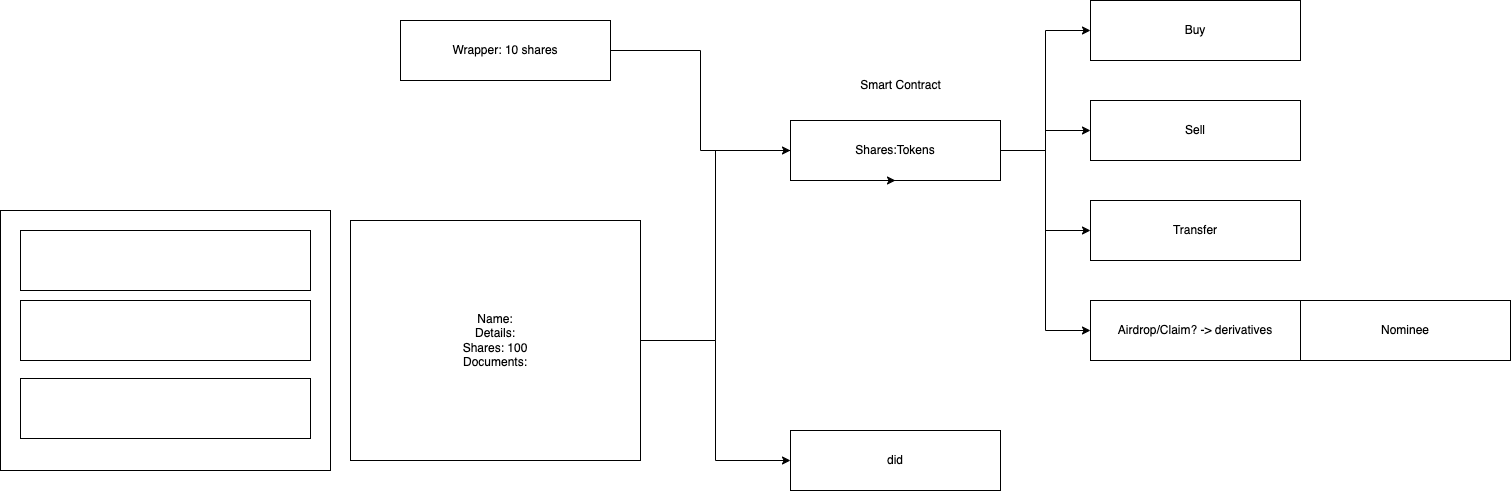
The draw.io diagram chainvest.drawio.png in PriyathamVarma/chainvest, before a commit. Source tidied: cells renumbered, new cells last; positions are measured from the earlier drawing's top-left corner, leaving out a move shared by most shapes. The source it was exported from:
```xml
<mxGraphModel>
  <root>
    <mxCell id="0" />
    <mxCell id="1" parent="0" />
    <mxCell id="2" style="whiteSpace=wrap;html=1;" parent="1" vertex="1">
      <mxGeometry y="210" width="330" height="260" as="geometry" />
    </mxCell>
    <mxCell id="3" style="whiteSpace=wrap;html=1;" parent="1" vertex="1">
      <mxGeometry x="20" y="230" width="290" height="60" as="geometry" />
    </mxCell>
    <mxCell id="4" style="whiteSpace=wrap;html=1;" parent="1" vertex="1">
      <mxGeometry x="20" y="300" width="290" height="60" as="geometry" />
    </mxCell>
    <mxCell id="5" style="whiteSpace=wrap;html=1;" parent="1" vertex="1">
      <mxGeometry x="20" y="378" width="290" height="60" as="geometry" />
    </mxCell>
    <mxCell id="6" style="edgeStyle=orthogonalEdgeStyle;rounded=0;jettySize=auto;html=1;entryX=0;entryY=0.5;entryDx=0;entryDy=0;" parent="1" edge="1" source="8" target="13">
      <mxGeometry relative="1" as="geometry" />
    </mxCell>
    <mxCell id="7" style="edgeStyle=orthogonalEdgeStyle;rounded=0;jettySize=auto;html=1;entryX=0;entryY=0.5;entryDx=0;entryDy=0;" parent="1" edge="1" source="8" target="19">
      <mxGeometry relative="1" as="geometry" />
    </mxCell>
    <mxCell id="8" value="Name:&lt;br&gt;Details:&lt;br&gt;Shares: 100&lt;br&gt;Documents:" style="whiteSpace=wrap;html=1;" parent="1" vertex="1">
      <mxGeometry x="350" y="220" width="290" height="240" as="geometry" />
    </mxCell>
    <mxCell id="9" style="edgeStyle=orthogonalEdgeStyle;rounded=0;jettySize=auto;html=1;entryX=0;entryY=0.5;entryDx=0;entryDy=0;" parent="1" edge="1" source="13" target="14">
      <mxGeometry relative="1" as="geometry" />
    </mxCell>
    <mxCell id="10" style="edgeStyle=orthogonalEdgeStyle;rounded=0;jettySize=auto;html=1;entryX=0;entryY=0.5;entryDx=0;entryDy=0;" parent="1" edge="1" source="13" target="15">
      <mxGeometry relative="1" as="geometry" />
    </mxCell>
    <mxCell id="11" style="edgeStyle=orthogonalEdgeStyle;rounded=0;jettySize=auto;html=1;entryX=0;entryY=0.5;entryDx=0;entryDy=0;" parent="1" edge="1" source="13" target="16">
      <mxGeometry relative="1" as="geometry" />
    </mxCell>
    <mxCell id="12" style="edgeStyle=orthogonalEdgeStyle;rounded=0;jettySize=auto;html=1;entryX=0;entryY=0.5;entryDx=0;entryDy=0;" parent="1" edge="1" source="13" target="17">
      <mxGeometry relative="1" as="geometry" />
    </mxCell>
    <mxCell id="13" value="Shares:Tokens" style="whiteSpace=wrap;html=1;" parent="1" vertex="1">
      <mxGeometry x="790" y="120" width="210" height="60" as="geometry" />
    </mxCell>
    <mxCell id="14" value="Buy" style="whiteSpace=wrap;html=1;" parent="1" vertex="1">
      <mxGeometry x="1090" width="210" height="60" as="geometry" />
    </mxCell>
    <mxCell id="15" value="Sell" style="whiteSpace=wrap;html=1;" parent="1" vertex="1">
      <mxGeometry x="1090" y="100" width="210" height="60" as="geometry" />
    </mxCell>
    <mxCell id="16" value="Transfer" style="whiteSpace=wrap;html=1;" parent="1" vertex="1">
      <mxGeometry x="1090" y="200" width="210" height="60" as="geometry" />
    </mxCell>
    <mxCell id="17" value="Airdrop/Claim? -&amp;gt; derivatives" style="whiteSpace=wrap;html=1;" parent="1" vertex="1">
      <mxGeometry x="1090" y="300" width="210" height="60" as="geometry" />
    </mxCell>
    <mxCell id="18" value="Nominee" style="whiteSpace=wrap;html=1;" parent="1" vertex="1">
      <mxGeometry x="1300" y="300" width="210" height="60" as="geometry" />
    </mxCell>
    <mxCell id="19" value="did" style="whiteSpace=wrap;html=1;" parent="1" vertex="1">
      <mxGeometry x="790" y="430" width="210" height="60" as="geometry" />
    </mxCell>
    <mxCell id="20" style="edgeStyle=orthogonalEdgeStyle;rounded=0;jettySize=auto;html=1;entryX=0.5;entryY=1;entryDx=0;entryDy=0;" parent="1" edge="1" source="21" target="13">
      <mxGeometry relative="1" as="geometry">
        <Array as="points">
          <mxPoint x="700" y="50" />
          <mxPoint x="700" y="150" />
          <mxPoint x="790" y="150" />
          <mxPoint x="790" y="180" />
        </Array>
      </mxGeometry>
    </mxCell>
    <mxCell id="21" value="Wrapper: 10 shares" style="whiteSpace=wrap;html=1;" parent="1" vertex="1">
      <mxGeometry x="400" y="20" width="210" height="60" as="geometry" />
    </mxCell>
    <mxCell id="22" value="Smart Contract" style="text;html=1;align=center;verticalAlign=middle;strokeColor=none;fillColor=none;" parent="1" vertex="1">
      <mxGeometry x="850" y="70" width="100" height="30" as="geometry" />
    </mxCell>
  </root>
</mxGraphModel>
```
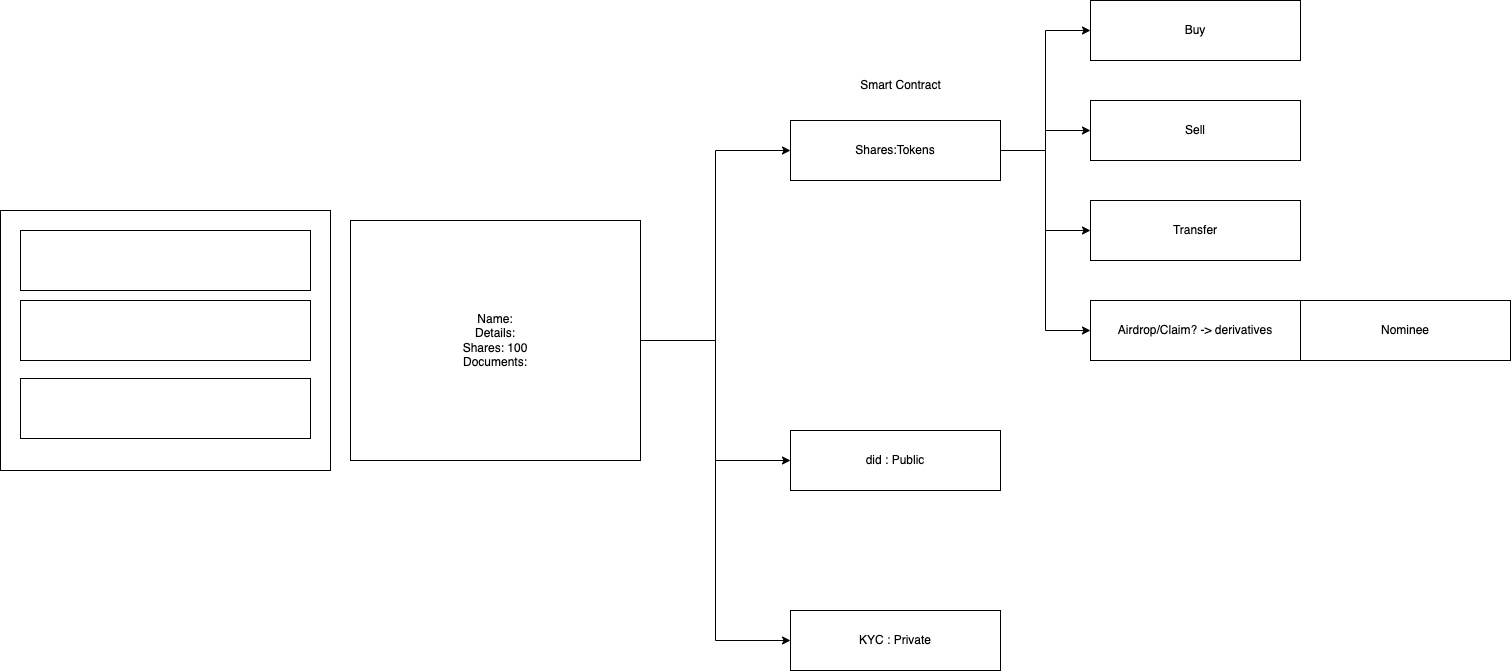
After the change.

What changed in the source:
```diff
@@ -20,6 +20,9 @@
     <mxCell id="7" style="edgeStyle=orthogonalEdgeStyle;rounded=0;jettySize=auto;html=1;entryX=0;entryY=0.5;entryDx=0;entryDy=0;" parent="1" edge="1" source="8" target="19">
       <mxGeometry relative="1" as="geometry" />
     </mxCell>
+    <mxCell id="23" style="edgeStyle=orthogonalEdgeStyle;rounded=0;jettySize=auto;html=1;entryX=0;entryY=0.5;entryDx=0;entryDy=0;" parent="1" edge="1" source="8" target="24">
+      <mxGeometry relative="1" as="geometry" />
+    </mxCell>
     <mxCell id="8" value="Name:&lt;br&gt;Details:&lt;br&gt;Shares: 100&lt;br&gt;Documents:" style="whiteSpace=wrap;html=1;" parent="1" vertex="1">
       <mxGeometry x="350" y="220" width="290" height="240" as="geometry" />
     </mxCell>
@@ -53,24 +56,14 @@
     <mxCell id="18" value="Nominee" style="whiteSpace=wrap;html=1;" parent="1" vertex="1">
       <mxGeometry x="1300" y="300" width="210" height="60" as="geometry" />
     </mxCell>
-    <mxCell id="19" value="did" style="whiteSpace=wrap;html=1;" parent="1" vertex="1">
+    <mxCell id="19" value="did : Public" style="whiteSpace=wrap;html=1;" parent="1" vertex="1">
       <mxGeometry x="790" y="430" width="210" height="60" as="geometry" />
     </mxCell>
-    <mxCell id="20" style="edgeStyle=orthogonalEdgeStyle;rounded=0;jettySize=auto;html=1;entryX=0.5;entryY=1;entryDx=0;entryDy=0;" parent="1" edge="1" source="21" target="13">
-      <mxGeometry relative="1" as="geometry">
-        <Array as="points">
-          <mxPoint x="700" y="50" />
-          <mxPoint x="700" y="150" />
-          <mxPoint x="790" y="150" />
-          <mxPoint x="790" y="180" />
-        </Array>
-      </mxGeometry>
-    </mxCell>
-    <mxCell id="21" value="Wrapper: 10 shares" style="whiteSpace=wrap;html=1;" parent="1" vertex="1">
-      <mxGeometry x="400" y="20" width="210" height="60" as="geometry" />
-    </mxCell>
     <mxCell id="22" value="Smart Contract" style="text;html=1;align=center;verticalAlign=middle;strokeColor=none;fillColor=none;" parent="1" vertex="1">
       <mxGeometry x="850" y="70" width="100" height="30" as="geometry" />
     </mxCell>
+    <mxCell id="24" value="KYC : Private" style="whiteSpace=wrap;html=1;" parent="1" vertex="1">
+      <mxGeometry x="790" y="610" width="210" height="60" as="geometry" />
+    </mxCell>
   </root>
 </mxGraphModel>
```
